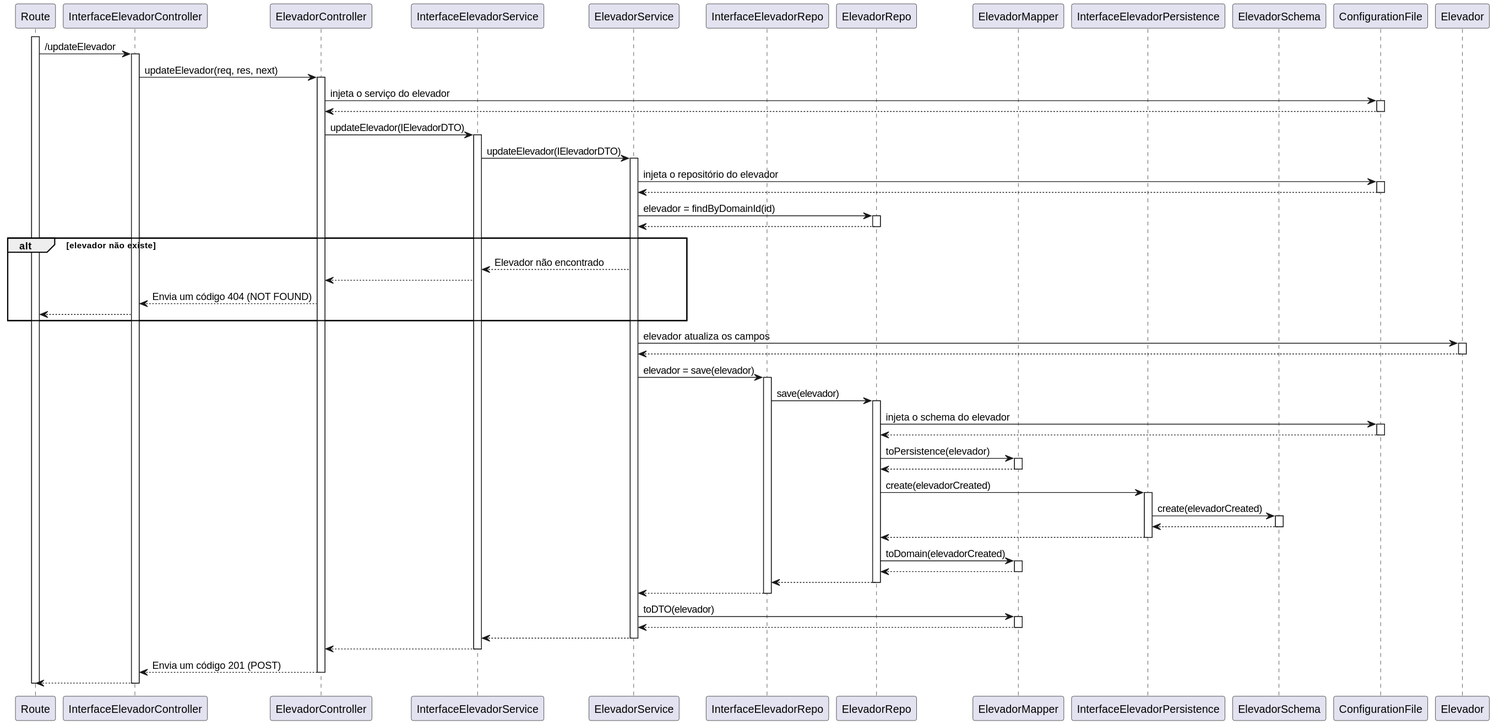
Before: docs/use_cases/UC280/vp280.svg, a diagram exported from PlantUML (SlimJesus25/SEM5_PI).
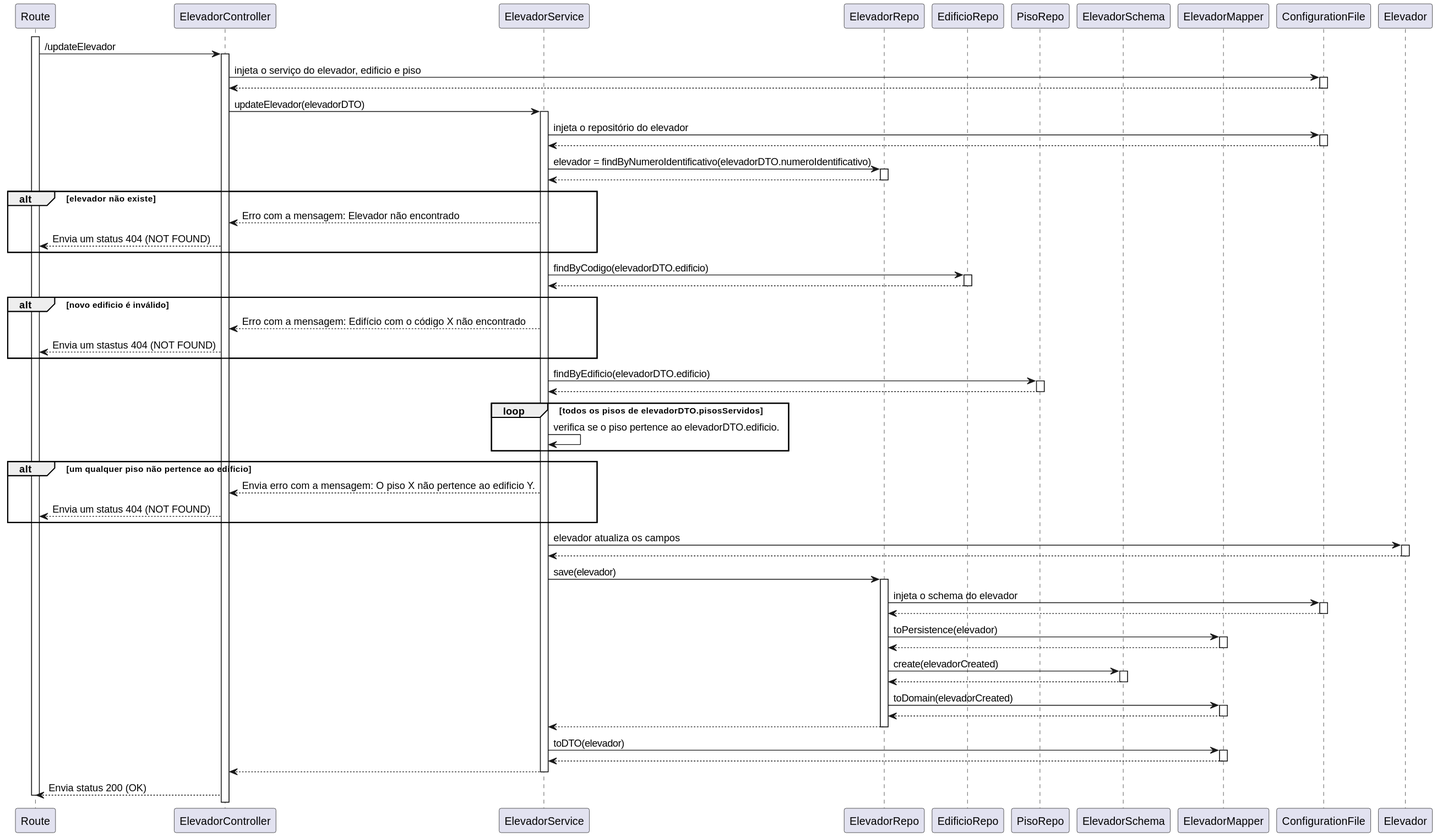
The same diagram one commit later.

Commit message:
Correção dos documentos e diagramas.

The edit, as a diff of the source:
```diff
@@ -1,91 +1,90 @@
 @startuml sd
 
 participant Route as route
-participant InterfaceElevadorController as ictrl
 participant ElevadorController as ctrl
-participant InterfaceElevadorService as isvc
 participant ElevadorService as svc
-participant InterfaceElevadorRepo as irepo
-participant ElevadorRepo as repo
+participant ElevadorRepo as repoEle
+participant EdificioRepo as repoEdi
+participant PisoRepo as repoPis
+participant ElevadorSchema as schema
 participant ElevadorMapper as mapper
-participant InterfaceElevadorPersistence as ischema
-participant ElevadorSchema as schema
 participant ConfigurationFile as conf
 participant Elevador as model
 
 activate route
-route -> ictrl : /updateElevador
-activate ictrl
-ictrl -> ctrl : updateElevador(req, res, next)
+route -> ctrl : /updateElevador
 activate ctrl
-ctrl -> conf : injeta o serviço do elevador
+ctrl -> conf : injeta o serviço do elevador, edificio e piso
 activate conf
 conf --> ctrl
 deactivate conf
-ctrl -> isvc : updateElevador(IElevadorDTO)
-activate isvc
-isvc -> svc : updateElevador(IElevadorDTO)
+ctrl -> svc : updateElevador(elevadorDTO)
 activate svc
 svc -> conf : injeta o repositório do elevador
 activate conf
 conf --> svc
 deactivate conf
-svc -> repo : elevador = findByDomainId(id)
-activate repo
-repo --> svc
-deactivate repo
+svc -> repoEle : elevador = findByNumeroIdentificativo(elevadorDTO.numeroIdentificativo)
+activate repoEle
+repoEle --> svc
+deactivate repoEle
 alt elevador não existe
-    svc --> isvc : Elevador não encontrado
-    isvc --> ctrl
-    ctrl --> ictrl : Envia um código 404 (NOT FOUND)
-    ictrl --> route
+    svc --> ctrl : Erro com a mensagem: Elevador não encontrado
+    ctrl --> route : Envia um status 404 (NOT FOUND)
+end
+svc -> repoEdi : findByCodigo(elevadorDTO.edificio)
+activate repoEdi
+repoEdi --> svc
+deactivate repoEdi
+alt novo edificio é inválido
+    svc --> ctrl : Erro com a mensagem: Edifício com o código X não encontrado
+    ctrl --> route : Envia um stastus 404 (NOT FOUND)
+end
+svc -> repoPis : findByEdificio(elevadorDTO.edificio)
+activate repoPis
+repoPis --> svc
+deactivate repoPis
+loop todos os pisos de elevadorDTO.pisosServidos
+    svc -> svc : verifica se o piso pertence ao elevadorDTO.edificio.
+end
+alt um qualquer piso não pertence ao edificio
+    svc --> ctrl : Envia erro com a mensagem: O piso X não pertence ao edificio Y.
+    ctrl --> route : Envia um status 404 (NOT FOUND)
 end
 svc -> model : elevador atualiza os campos
 activate model
 model --> svc
 deactivate model
-svc -> irepo : elevador = save(elevador)
-activate irepo
-irepo -> repo : save(elevador)
-activate repo
-repo -> conf : injeta o schema do elevador
+svc -> repoEle : save(elevador)
+activate repoEle
+repoEle -> conf : injeta o schema do elevador
 activate conf
-conf --> repo
+conf --> repoEle
 deactivate conf
-repo -> mapper : toPersistence(elevador)
+repoEle -> mapper : toPersistence(elevador)
 activate mapper
-mapper --> repo
+mapper --> repoEle
 deactivate mapper
-repo -> ischema : create(elevadorCreated)
-activate ischema
-ischema -> schema : create(elevadorCreated)
+repoEle -> schema : create(elevadorCreated)
 activate schema
-schema --> ischema
+schema --> repoEle
 deactivate schema
-ischema --> repo
-deactivate ischema
-repo -> mapper : toDomain(elevadorCreated)
+repoEle -> mapper : toDomain(elevadorCreated)
 activate mapper
-mapper --> repo
+mapper --> repoEle
 deactivate mapper
-repo --> irepo
-deactivate repo
-irepo --> svc
-deactivate irepo
+repoEle --> svc
+deactivate repoEle
 svc -> mapper : toDTO(elevador)
 activate mapper
 mapper --> svc
 deactivate mapper
-svc --> isvc
+svc --> ctrl
 deactivate svc
-isvc --> ctrl
-deactivate isvc
-ctrl --> ictrl : Envia um código 201 (POST)
-deactivate ctrl
-ictrl --> route
-deactivate ictrl
+ctrl --> route : Envia status 200 (OK)
 deactivate route
 
 
 
+
 @enduml
```
